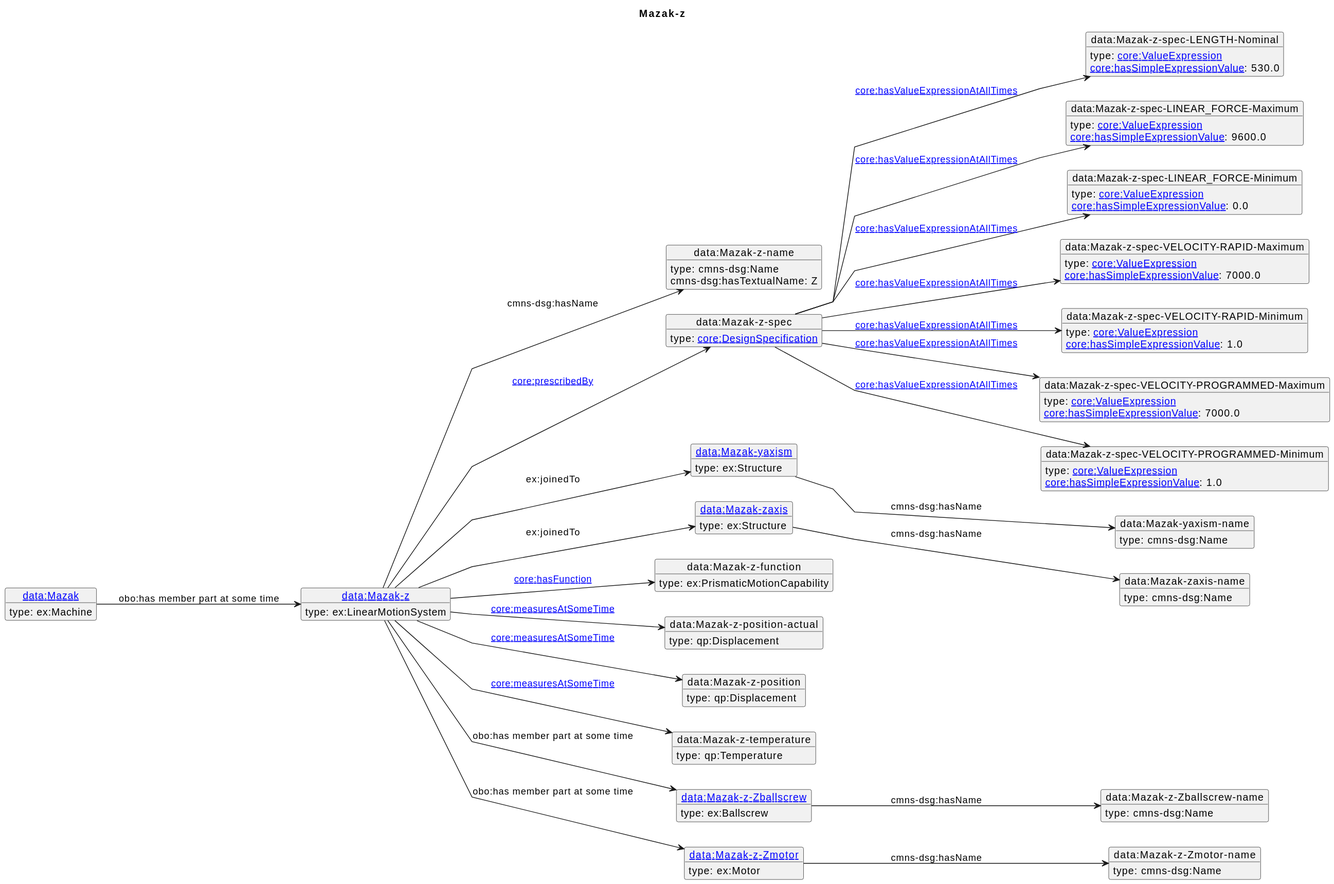
Above: diagrams/Mazak-z.svg in iofoundry/example-syseng-mtconnect (PlantUML), before the change.
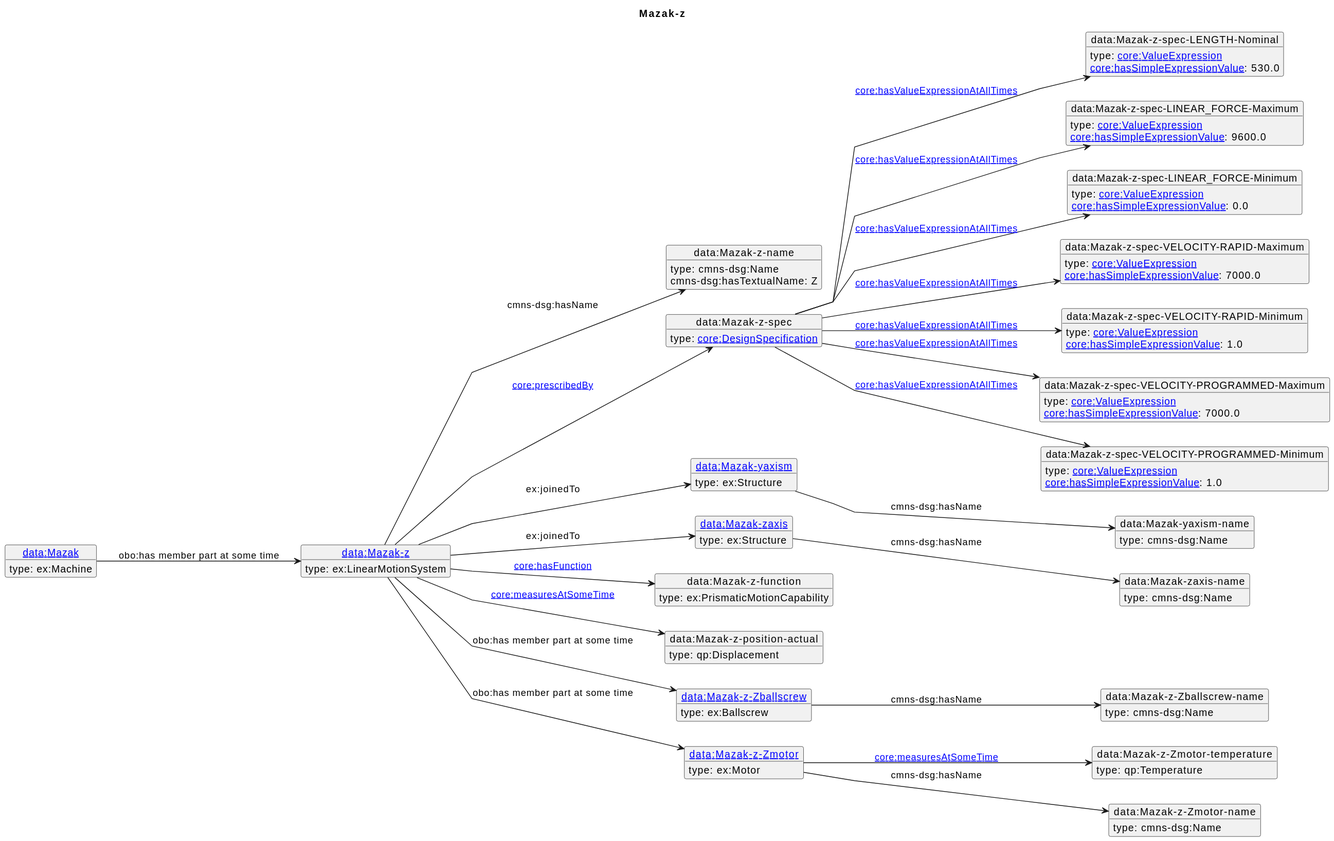
The same diagram one commit later.

Diff of the diagram source:
```diff
@@ -50,25 +50,22 @@
 object "data:Mazak-z-position-actual" as o16 {
  type: qp:Displacement
 }
-object "data:Mazak-z-position" as o17 {
- type: qp:Displacement
+object "[[./Mazak-z-Zballscrew.html data:Mazak-z-Zballscrew]]" as o17 {
+ type: ex:Ballscrew
 }
-object "data:Mazak-z-temperature" as o18 {
+object "data:Mazak-z-Zballscrew-name" as o18 {
+ type: cmns-dsg:Name
+}
+object "[[./Mazak-z-Zmotor.html data:Mazak-z-Zmotor]]" as o19 {
+ type: ex:Motor
+}
+object "data:Mazak-z-Zmotor-temperature" as o20 {
  type: qp:Temperature
 }
-object "[[./Mazak-z-Zballscrew.html data:Mazak-z-Zballscrew]]" as o19 {
- type: ex:Ballscrew
-}
-object "data:Mazak-z-Zballscrew-name" as o20 {
+object "data:Mazak-z-Zmotor-name" as o21 {
  type: cmns-dsg:Name
 }
-object "[[./Mazak-z-Zmotor.html data:Mazak-z-Zmotor]]" as o21 {
- type: ex:Motor
-}
-object "data:Mazak-z-Zmotor-name" as o22 {
- type: cmns-dsg:Name
-}
-object "[[./Mazak.html data:Mazak]]" as o23 {
+object "[[./Mazak.html data:Mazak]]" as o22 {
  type: ex:Machine
 }
 o1 --> o2 : cmns-dsg:hasName
@@ -94,11 +91,10 @@
 o13 --> o14 : cmns-dsg:hasName
 o1 --> o15 : [[https://spec.industrialontologies.org/ontology/core/Core/hasFunction core:hasFunction]]
 o1 --> o16 : [[https://spec.industrialontologies.org/ontology/core/Core/measuresAtSomeTime core:measuresAtSomeTime]]
-o1 --> o17 : [[https://spec.industrialontologies.org/ontology/core/Core/measuresAtSomeTime core:measuresAtSomeTime]]
-o1 --> o18 : [[https://spec.industrialontologies.org/ontology/core/Core/measuresAtSomeTime core:measuresAtSomeTime]]
+o1 --> o17 : obo:has member part at some time
+o17 --> o18 : cmns-dsg:hasName
 o1 --> o19 : obo:has member part at some time
-o19 --> o20 : cmns-dsg:hasName
-o1 --> o21 : obo:has member part at some time
-o21 --> o22 : cmns-dsg:hasName
-o23 --> o1 : obo:has member part at some time
+o19 --> o20 : [[https://spec.industrialontologies.org/ontology/core/Core/measuresAtSomeTime core:measuresAtSomeTime]]
+o19 --> o21 : cmns-dsg:hasName
+o22 --> o1 : obo:has member part at some time
 @enduml
```
